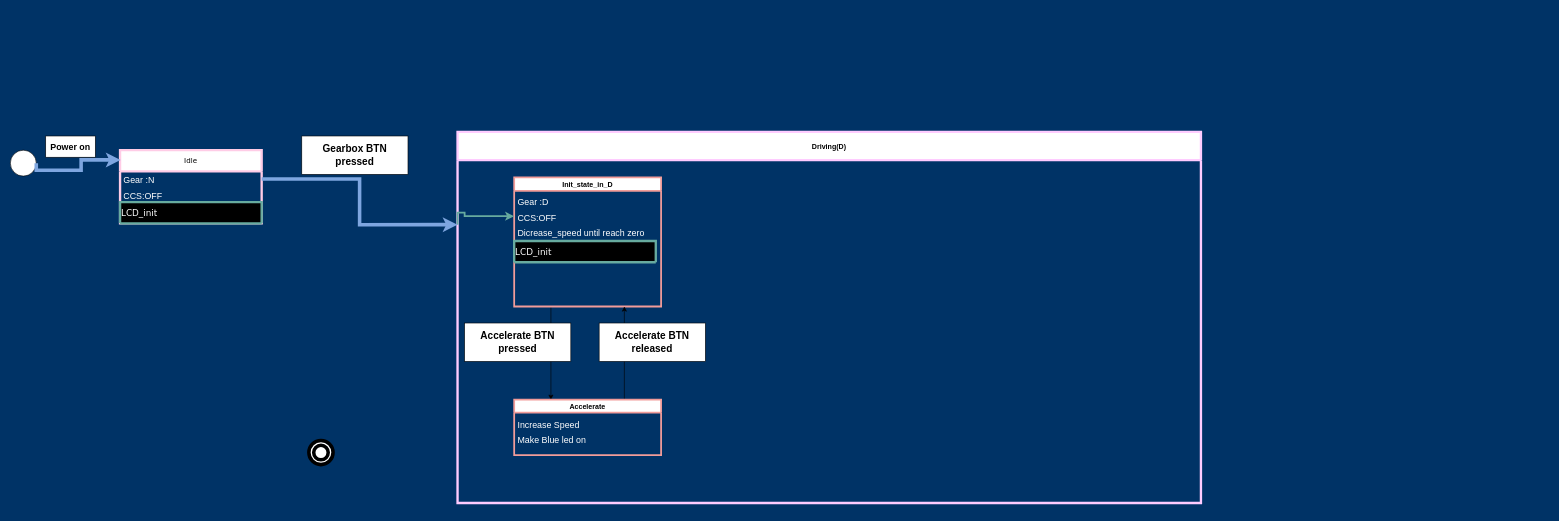
This is Car_system.drawio from HESHAM47GAMAL/Car_system, a draw.io file, before an edit. Source tidied: cells renumbered, new cells numbered last; positions are measured from the earlier drawing's top-left corner, leaving out a move shared by most shapes. Both pictures are drawn from the tidied source at 59%, with x=0, y=0 at pixel (10, 132).
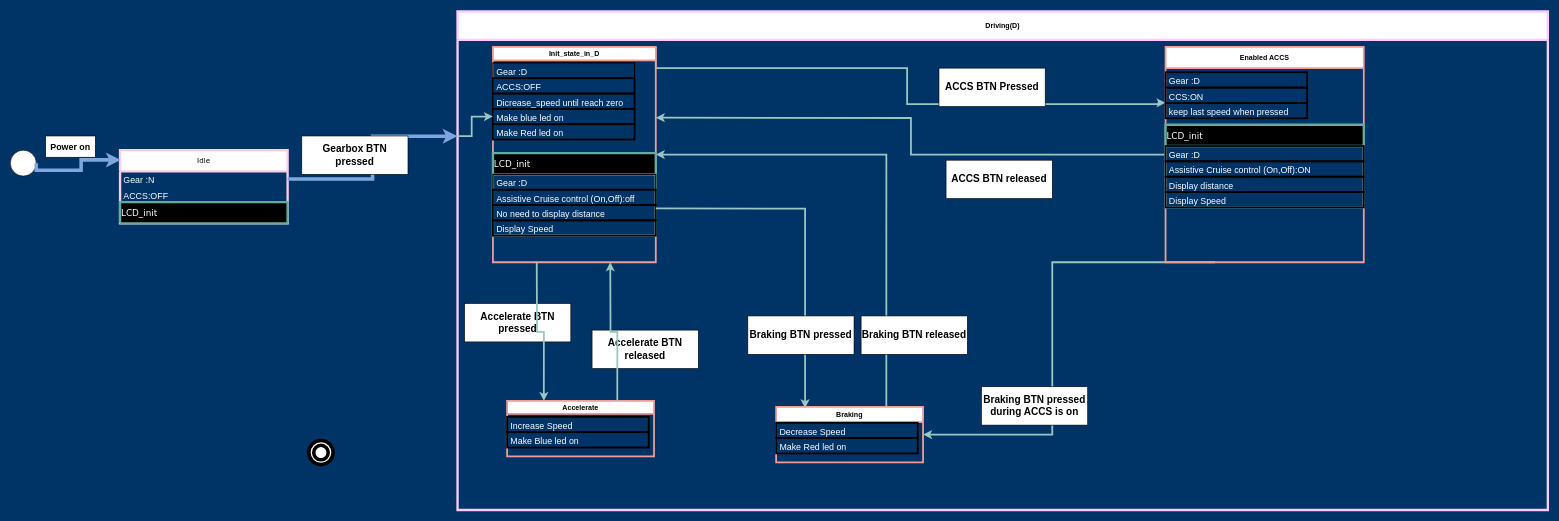
Above is the later version.

Commit message:
Work_in_Adaptive_cruise_control_Car_system.drawio

The edit, as a diff of the source:
```diff
@@
     <mxCell id="4" value="Idle" style="swimlane;fontStyle=0;horizontal=1;startSize=36;whiteSpace=wrap;html=1;fontFamily=Verdana;fontColor=default;rounded=0;gradientColor=none;swimlaneFillColor=none;strokeWidth=4;strokeColor=#FFCCE6;" parent="1" vertex="1">
-      <mxGeometry x="186" y="31" width="240" height="124" as="geometry" />
+      <mxGeometry x="186" y="31" width="284" height="124" as="geometry" />
     </mxCell>
     <mxCell id="5" value="&lt;font style=&quot;font-size: 15px;&quot; color=&quot;#ffffff&quot;&gt;Gear :N&lt;/font&gt;" style="text;strokeColor=none;fillColor=none;align=left;verticalAlign=top;spacingLeft=4;spacingRight=4;overflow=hidden;points=[[0,0.5],[1,0.5]];portConstraint=eastwest;whiteSpace=wrap;html=1;" parent="4" vertex="1">
-      <mxGeometry y="36" width="240" height="26" as="geometry" />
+      <mxGeometry y="36" width="284" height="26" as="geometry" />
     </mxCell>
-    <mxCell id="6" value="&lt;font style=&quot;font-size: 15px;&quot; color=&quot;#ffffff&quot;&gt;CCS:OFF&lt;/font&gt;" style="text;strokeColor=none;fillColor=none;align=left;verticalAlign=top;spacingLeft=4;spacingRight=4;overflow=hidden;whiteSpace=wrap;html=1;" parent="4" vertex="1">
-      <mxGeometry y="62" width="240" height="26" as="geometry" />
+    <mxCell id="6" value="&lt;font style=&quot;font-size: 15px;&quot; color=&quot;#ffffff&quot;&gt;ACCS:OFF&lt;/font&gt;" style="text;strokeColor=none;fillColor=none;align=left;verticalAlign=top;spacingLeft=4;spacingRight=4;overflow=hidden;whiteSpace=wrap;html=1;" parent="4" vertex="1">
+      <mxGeometry y="62" width="284" height="26" as="geometry" />
     </mxCell>
     <mxCell id="7" value="&lt;font style=&quot;font-size: 15px;&quot;&gt;LCD_init&lt;/font&gt;" style="swimlane;fontStyle=0;horizontal=1;startSize=36;whiteSpace=wrap;html=1;fontFamily=Verdana;fontColor=#FFFFFF;rounded=0;fillColor=#000000;align=left;strokeColor=#67AB9F;strokeWidth=4;" parent="4" vertex="1" collapsed="1">
-      <mxGeometry y="88" width="240" height="36" as="geometry" />
+      <mxGeometry y="88" width="284" height="36" as="geometry" />
     </mxCell>
@@
     <mxCell id="10" value="Driving(D)" style="swimlane;startSize=48;strokeWidth=4;strokeColor=#FFCCFF;" parent="1" vertex="1">
-      <mxGeometry x="758" width="1260" height="629" as="geometry" />
+      <mxGeometry x="758" y="-204" width="1848" height="845" as="geometry" />
     </mxCell>
-    <mxCell id="11" style="edgeStyle=orthogonalEdgeStyle;rounded=0;jettySize=auto;html=1;exitX=0.25;exitY=1;exitDx=0;exitDy=0;entryX=0.25;entryY=0;entryDx=0;entryDy=0;" parent="10" edge="1" source="12" target="19">
-      <mxGeometry relative="1" as="geometry" />
-    </mxCell>
-    <mxCell id="12" value="Init_state_in_D" style="swimlane;strokeWidth=3;strokeColor=#F19C99;" parent="10" vertex="1">
-      <mxGeometry x="96" y="77" width="249" height="219" as="geometry" />
-    </mxCell>
-    <mxCell id="13" value="&lt;font style=&quot;font-size: 15px;&quot; color=&quot;#ffffff&quot;&gt;Gear :D&lt;/font&gt;" style="text;strokeColor=none;fillColor=none;align=left;verticalAlign=top;spacingLeft=4;spacingRight=4;overflow=hidden;whiteSpace=wrap;html=1;" parent="12" vertex="1">
-      <mxGeometry y="27" width="240" height="26" as="geometry" />
-    </mxCell>
-    <mxCell id="14" value="&lt;font style=&quot;font-size: 15px;&quot; color=&quot;#ffffff&quot;&gt;CCS:OFF&lt;/font&gt;" style="text;strokeColor=none;fillColor=none;align=left;verticalAlign=top;spacingLeft=4;spacingRight=4;overflow=hidden;points=[[0,0.5,0,0,0],[1,0.5,0,0,0]];portConstraint=eastwest;whiteSpace=wrap;html=1;" parent="12" vertex="1">
-      <mxGeometry y="53" width="240" height="26" as="geometry" />
-    </mxCell>
-    <mxCell id="15" value="&lt;font style=&quot;font-size: 15px;&quot;&gt;LCD_init&lt;/font&gt;" style="swimlane;fontStyle=0;horizontal=1;startSize=36;whiteSpace=wrap;html=1;fontFamily=Verdana;fontColor=#FFFFFF;rounded=0;fillColor=#000000;align=left;strokeColor=#67AB9F;strokeWidth=4;" parent="12" vertex="1" collapsed="1">
-      <mxGeometry y="108" width="240" height="36" as="geometry" />
-    </mxCell>
-    <mxCell id="16" value="&lt;font style=&quot;font-size: 15px;&quot; color=&quot;#ffffff&quot;&gt;Dicrease_speed until reach zero&lt;/font&gt;" style="text;strokeColor=none;fillColor=none;align=left;verticalAlign=top;spacingLeft=4;spacingRight=4;overflow=hidden;whiteSpace=wrap;html=1;" parent="12" vertex="1">
-      <mxGeometry y="79" width="240" height="26" as="geometry" />
-    </mxCell>
-    <mxCell id="17" style="edgeStyle=orthogonalEdgeStyle;rounded=0;jettySize=auto;html=1;exitX=0;exitY=0.25;exitDx=0;exitDy=0;strokeWidth=3;strokeColor=#67AB9F;entryX=0;entryY=0.5;entryDx=0;entryDy=0;entryPerimeter=0;" parent="10" edge="1" source="10" target="14">
-      <mxGeometry relative="1" as="geometry">
-        <Array as="points">
-          <mxPoint y="137" />
-          <mxPoint x="12" y="137" />
-          <mxPoint x="12" y="143" />
-        </Array>
-      </mxGeometry>
-    </mxCell>
-    <mxCell id="18" style="edgeStyle=orthogonalEdgeStyle;rounded=0;jettySize=auto;html=1;exitX=0.75;exitY=0;exitDx=0;exitDy=0;entryX=0.75;entryY=1;entryDx=0;entryDy=0;" parent="10" edge="1" source="19" target="12">
-      <mxGeometry relative="1" as="geometry" />
-    </mxCell>
     <mxCell id="19" value="Accelerate" style="swimlane;strokeWidth=3;strokeColor=#F19C99;startSize=22;" parent="10" vertex="1">
-      <mxGeometry x="96" y="454" width="249" height="94" as="geometry" />
+      <mxGeometry x="84" y="660" width="249" height="94" as="geometry" />
     </mxCell>
-    <mxCell id="20" value="&lt;font style=&quot;font-size: 15px;&quot; color=&quot;#ffffff&quot;&gt;Increase Speed&lt;/font&gt;" style="text;strokeColor=none;fillColor=none;align=left;verticalAlign=top;spacingLeft=4;spacingRight=4;overflow=hidden;whiteSpace=wrap;html=1;" parent="19" vertex="1">
+    <mxCell id="20" value="&lt;font style=&quot;font-size: 15px;&quot; color=&quot;#ffffff&quot;&gt;Increase Speed&lt;/font&gt;" style="text;strokeColor=default;fillColor=none;align=left;verticalAlign=top;spacingLeft=4;spacingRight=4;overflow=hidden;whiteSpace=wrap;html=1;strokeWidth=3;" parent="19" vertex="1">
       <mxGeometry y="27" width="240" height="26" as="geometry" />
     </mxCell>
-    <mxCell id="21" value="&lt;font style=&quot;font-size: 15px;&quot; color=&quot;#ffffff&quot;&gt;Make Blue led on&amp;nbsp;&lt;/font&gt;" style="text;strokeColor=none;fillColor=none;align=left;verticalAlign=top;spacingLeft=4;spacingRight=4;overflow=hidden;whiteSpace=wrap;html=1;" parent="19" vertex="1">
+    <mxCell id="21" value="&lt;font style=&quot;font-size: 15px;&quot; color=&quot;#ffffff&quot;&gt;Make Blue led on&amp;nbsp;&lt;/font&gt;" style="text;strokeColor=default;fillColor=none;align=left;verticalAlign=top;spacingLeft=4;spacingRight=4;overflow=hidden;whiteSpace=wrap;html=1;strokeWidth=3;" parent="19" vertex="1">
       <mxGeometry y="53" width="240" height="26" as="geometry" />
     </mxCell>
     <mxCell id="22" value="&lt;b&gt;&lt;font style=&quot;font-size: 17px;&quot;&gt;Accelerate BTN pressed&lt;/font&gt;&lt;/b&gt;" style="rounded=0;whiteSpace=wrap;html=1;" parent="10" vertex="1">
-      <mxGeometry x="12" y="324" width="180" height="65" as="geometry" />
+      <mxGeometry x="12" y="495" width="180" height="65" as="geometry" />
     </mxCell>
     <mxCell id="23" value="&lt;b&gt;&lt;font style=&quot;font-size: 17px;&quot;&gt;Accelerate BTN released&lt;/font&gt;&lt;/b&gt;" style="rounded=0;whiteSpace=wrap;html=1;" parent="10" vertex="1">
-      <mxGeometry x="240" y="324" width="180" height="65" as="geometry" />
+      <mxGeometry x="228" y="540" width="180" height="65" as="geometry" />
     </mxCell>
+    <mxCell id="26" style="edgeStyle=orthogonalEdgeStyle;rounded=0;jettySize=auto;html=1;exitX=0.75;exitY=0;exitDx=0;exitDy=0;entryX=1;entryY=0.5;entryDx=0;entryDy=0;strokeWidth=3;strokeColor=#9AC7BF;" parent="10" edge="1" source="27" target="12">
+      <mxGeometry relative="1" as="geometry" />
+    </mxCell>
+    <mxCell id="27" value="Braking" style="swimlane;strokeWidth=3;strokeColor=#F19C99;startSize=26;" parent="10" vertex="1">
+      <mxGeometry x="540" y="670" width="249" height="94" as="geometry" />
+    </mxCell>
+    <mxCell id="28" value="&lt;font style=&quot;font-size: 15px;&quot; color=&quot;#ffffff&quot;&gt;Decrease Speed&lt;/font&gt;" style="text;strokeColor=default;fillColor=none;align=left;verticalAlign=top;spacingLeft=4;spacingRight=4;overflow=hidden;whiteSpace=wrap;html=1;strokeWidth=3;" parent="27" vertex="1">
+      <mxGeometry y="27" width="240" height="26" as="geometry" />
+    </mxCell>
+    <mxCell id="29" value="&lt;font style=&quot;font-size: 15px;&quot; color=&quot;#ffffff&quot;&gt;Make Red led on&amp;nbsp;&lt;/font&gt;" style="text;strokeColor=default;fillColor=none;align=left;verticalAlign=top;spacingLeft=4;spacingRight=4;overflow=hidden;whiteSpace=wrap;html=1;strokeWidth=3;" parent="27" vertex="1">
+      <mxGeometry y="53" width="240" height="26" as="geometry" />
+    </mxCell>
+    <mxCell id="30" style="edgeStyle=orthogonalEdgeStyle;rounded=0;jettySize=auto;html=1;exitX=1;exitY=0;exitDx=0;exitDy=0;strokeWidth=3;strokeColor=#9AC7BF;entryX=0;entryY=-0.01;entryDx=0;entryDy=0;entryPerimeter=0;" parent="10" edge="1" source="12" target="49">
+      <mxGeometry relative="1" as="geometry">
+        <Array as="points">
+          <mxPoint x="336" y="96" />
+          <mxPoint x="762" y="96" />
+          <mxPoint x="762" y="157" />
+          <mxPoint x="1188" y="157" />
+          <mxPoint x="1188" y="155" />
+        </Array>
+      </mxGeometry>
+    </mxCell>
+    <mxCell id="12" value="Init_state_in_D" style="swimlane;strokeWidth=3;strokeColor=#F19C99;" parent="10" vertex="1">
+      <mxGeometry x="60" y="60" width="276" height="365" as="geometry" />
+    </mxCell>
+    <mxCell id="13" value="&lt;font style=&quot;font-size: 15px;&quot; color=&quot;#ffffff&quot;&gt;Gear :D&lt;/font&gt;" style="text;strokeColor=default;fillColor=none;align=left;verticalAlign=top;spacingLeft=4;spacingRight=4;overflow=hidden;whiteSpace=wrap;html=1;strokeWidth=2;perimeterSpacing=13;" parent="12" vertex="1">
+      <mxGeometry y="27" width="240" height="26" as="geometry" />
+    </mxCell>
+    <mxCell id="14" value="&lt;font style=&quot;font-size: 15px;&quot; color=&quot;#ffffff&quot;&gt;ACCS:OFF&lt;/font&gt;" style="text;strokeColor=default;fillColor=none;align=left;verticalAlign=top;spacingLeft=4;spacingRight=4;overflow=hidden;points=[[0,0.5,0,0,0],[1,0.5,0,0,0]];portConstraint=eastwest;whiteSpace=wrap;html=1;strokeWidth=3;" parent="12" vertex="1">
+      <mxGeometry y="53" width="240" height="26" as="geometry" />
+    </mxCell>
+    <mxCell id="15" value="&lt;font style=&quot;font-size: 15px;&quot;&gt;LCD_init&lt;/font&gt;" style="swimlane;fontStyle=0;horizontal=1;startSize=36;whiteSpace=wrap;html=1;fontFamily=Verdana;fontColor=#FFFFFF;rounded=0;fillColor=#000000;align=left;strokeColor=#67AB9F;strokeWidth=4;" parent="12" vertex="1">
+      <mxGeometry y="180" width="276" height="140" as="geometry" />
+    </mxCell>
+    <mxCell id="31" value="&lt;font style=&quot;font-size: 15px;&quot; color=&quot;#ffffff&quot;&gt;Gear :D&lt;/font&gt;" style="text;strokeColor=default;fillColor=none;align=left;verticalAlign=top;spacingLeft=4;spacingRight=4;overflow=hidden;whiteSpace=wrap;html=1;strokeWidth=2;" parent="15" vertex="1">
+      <mxGeometry y="36" width="276" height="26" as="geometry" />
+    </mxCell>
+    <mxCell id="32" value="&lt;font color=&quot;#ffffff&quot;&gt;&lt;span style=&quot;font-size: 15px;&quot;&gt;Assistive Cruise control (On,Off):off&lt;/span&gt;&lt;/font&gt;" style="text;strokeColor=default;fillColor=none;align=left;verticalAlign=top;spacingLeft=4;spacingRight=4;overflow=hidden;whiteSpace=wrap;html=1;strokeWidth=3;" parent="15" vertex="1">
+      <mxGeometry y="62" width="276" height="26" as="geometry" />
+    </mxCell>
+    <mxCell id="33" value="&lt;font style=&quot;font-size: 15px;&quot; color=&quot;#ffffff&quot;&gt;No need to display distance&lt;/font&gt;" style="text;strokeColor=default;fillColor=none;align=left;verticalAlign=top;spacingLeft=4;spacingRight=4;overflow=hidden;whiteSpace=wrap;html=1;strokeWidth=3;" parent="15" vertex="1">
+      <mxGeometry y="88" width="276" height="26" as="geometry" />
+    </mxCell>
+    <mxCell id="34" value="&lt;font style=&quot;font-size: 15px;&quot; color=&quot;#ffffff&quot;&gt;Display Speed&lt;/font&gt;" style="text;strokeColor=default;fillColor=none;align=left;verticalAlign=top;spacingLeft=4;spacingRight=4;overflow=hidden;whiteSpace=wrap;html=1;strokeWidth=3;" parent="15" vertex="1">
+      <mxGeometry y="114" width="276" height="26" as="geometry" />
+    </mxCell>
+    <mxCell id="16" value="&lt;font style=&quot;font-size: 15px;&quot; color=&quot;#ffffff&quot;&gt;Dicrease_speed until reach zero&lt;/font&gt;" style="text;strokeColor=default;fillColor=none;align=left;verticalAlign=top;spacingLeft=4;spacingRight=4;overflow=hidden;whiteSpace=wrap;html=1;strokeWidth=3;" parent="12" vertex="1">
+      <mxGeometry y="79" width="240" height="26" as="geometry" />
+    </mxCell>
+    <mxCell id="35" value="&lt;font style=&quot;font-size: 15px;&quot; color=&quot;#ffffff&quot;&gt;Make blue led on&amp;nbsp;&lt;/font&gt;" style="text;strokeColor=default;fillColor=none;align=left;verticalAlign=top;spacingLeft=4;spacingRight=4;overflow=hidden;points=[[0,0.5,0,0,0],[1,0.5,0,0,0]];portConstraint=eastwest;whiteSpace=wrap;html=1;strokeWidth=3;" parent="12" vertex="1">
+      <mxGeometry y="105" width="240" height="26" as="geometry" />
+    </mxCell>
+    <mxCell id="36" value="&lt;font style=&quot;font-size: 15px;&quot; color=&quot;#ffffff&quot;&gt;Make Red led on&amp;nbsp;&lt;/font&gt;" style="text;strokeColor=default;fillColor=none;align=left;verticalAlign=top;spacingLeft=4;spacingRight=4;overflow=hidden;whiteSpace=wrap;html=1;strokeWidth=3;" parent="12" vertex="1">
+      <mxGeometry y="131" width="240" height="26" as="geometry" />
+    </mxCell>
+    <mxCell id="11" style="edgeStyle=orthogonalEdgeStyle;rounded=0;jettySize=auto;html=1;exitX=0.25;exitY=1;exitDx=0;exitDy=0;entryX=0.25;entryY=0;entryDx=0;entryDy=0;strokeWidth=3;strokeColor=#9AC7BF;" parent="10" edge="1" target="19">
+      <mxGeometry relative="1" as="geometry">
+        <mxPoint x="134.2" y="425" as="sourcePoint" />
+      </mxGeometry>
+    </mxCell>
+    <mxCell id="18" style="edgeStyle=orthogonalEdgeStyle;rounded=0;jettySize=auto;html=1;exitX=0.75;exitY=0;exitDx=0;exitDy=0;entryX=0.75;entryY=1;entryDx=0;entryDy=0;strokeWidth=3;strokeColor=#9AC7BF;" parent="10" edge="1" source="19">
+      <mxGeometry relative="1" as="geometry">
+        <mxPoint x="258.8" y="425" as="targetPoint" />
+      </mxGeometry>
+    </mxCell>
+    <mxCell id="37" value="&lt;b&gt;&lt;font style=&quot;font-size: 17px;&quot;&gt;Braking BTN released&lt;/font&gt;&lt;/b&gt;" style="rounded=0;whiteSpace=wrap;html=1;" parent="10" vertex="1">
+      <mxGeometry x="684" y="516" width="180" height="65" as="geometry" />
+    </mxCell>
+    <mxCell id="38" style="edgeStyle=elbowEdgeStyle;rounded=0;jettySize=auto;html=1;exitX=1;exitY=0.75;exitDx=0;exitDy=0;entryX=0.197;entryY=0.027;entryDx=0;entryDy=0;entryPerimeter=0;elbow=vertical;strokeWidth=3;strokeColor=#9AC7BF;" parent="10" edge="1" source="12" target="27">
+      <mxGeometry relative="1" as="geometry">
+        <Array as="points">
+          <mxPoint x="456" y="334" />
+        </Array>
+      </mxGeometry>
+    </mxCell>
+    <mxCell id="39" style="edgeStyle=orthogonalEdgeStyle;rounded=0;jettySize=auto;html=1;exitX=0;exitY=0.5;exitDx=0;exitDy=0;strokeWidth=3;strokeColor=#9AC7BF;" parent="10" edge="1" source="41">
+      <mxGeometry relative="1" as="geometry">
+        <mxPoint x="336" y="180" as="targetPoint" />
+      </mxGeometry>
+    </mxCell>
+    <mxCell id="40" style="edgeStyle=orthogonalEdgeStyle;rounded=0;jettySize=auto;html=1;exitX=0.25;exitY=1;exitDx=0;exitDy=0;entryX=1;entryY=0.5;entryDx=0;entryDy=0;strokeWidth=3;strokeColor=#9AC7BF;" parent="10" edge="1" source="41" target="27">
+      <mxGeometry relative="1" as="geometry">
+        <Array as="points">
+          <mxPoint x="1008" y="425" />
+          <mxPoint x="1008" y="717" />
+        </Array>
+      </mxGeometry>
+    </mxCell>
+    <mxCell id="41" value="Enabled ACCS" style="swimlane;strokeWidth=3;strokeColor=#F19C99;startSize=36;" parent="10" vertex="1">
+      <mxGeometry x="1200" y="60" width="336" height="365" as="geometry" />
+    </mxCell>
+    <mxCell id="42" value="&lt;font style=&quot;font-size: 15px;&quot; color=&quot;#ffffff&quot;&gt;Gear :D&lt;/font&gt;" style="text;strokeColor=default;fillColor=none;align=left;verticalAlign=top;spacingLeft=4;spacingRight=4;overflow=hidden;whiteSpace=wrap;html=1;strokeWidth=3;" parent="41" vertex="1">
+      <mxGeometry y="43" width="240" height="26" as="geometry" />
+    </mxCell>
+    <mxCell id="43" value="&lt;font style=&quot;font-size: 15px;&quot; color=&quot;#ffffff&quot;&gt;CCS:ON&lt;/font&gt;" style="text;strokeColor=default;fillColor=none;align=left;verticalAlign=top;spacingLeft=4;spacingRight=4;overflow=hidden;whiteSpace=wrap;html=1;strokeWidth=3;" parent="41" vertex="1">
+      <mxGeometry y="69" width="240" height="26" as="geometry" />
+    </mxCell>
+    <mxCell id="44" value="&lt;font style=&quot;font-size: 15px;&quot;&gt;LCD_init&lt;/font&gt;" style="swimlane;fontStyle=0;horizontal=1;startSize=36;whiteSpace=wrap;html=1;fontFamily=Verdana;fontColor=#FFFFFF;rounded=0;fillColor=#000000;align=left;strokeColor=#67AB9F;strokeWidth=4;" parent="41" vertex="1">
+      <mxGeometry y="132" width="336" height="140" as="geometry" />
+    </mxCell>
+    <mxCell id="45" value="&lt;font style=&quot;font-size: 15px;&quot; color=&quot;#ffffff&quot;&gt;Gear :D&lt;/font&gt;" style="text;strokeColor=default;fillColor=none;align=left;verticalAlign=top;spacingLeft=4;spacingRight=4;overflow=hidden;whiteSpace=wrap;html=1;strokeWidth=3;" parent="44" vertex="1">
+      <mxGeometry y="36" width="336" height="26" as="geometry" />
+    </mxCell>
+    <mxCell id="46" value="&lt;font color=&quot;#ffffff&quot;&gt;&lt;span style=&quot;font-size: 15px;&quot;&gt;Assistive Cruise control (On,Off):ON&lt;/span&gt;&lt;/font&gt;" style="text;strokeColor=default;fillColor=none;align=left;verticalAlign=top;spacingLeft=4;spacingRight=4;overflow=hidden;whiteSpace=wrap;html=1;strokeWidth=3;" parent="44" vertex="1">
+      <mxGeometry y="62" width="336" height="26" as="geometry" />
+    </mxCell>
+    <mxCell id="47" value="&lt;font style=&quot;font-size: 15px;&quot; color=&quot;#ffffff&quot;&gt;Display distance&lt;/font&gt;" style="text;strokeColor=default;fillColor=none;align=left;verticalAlign=top;spacingLeft=4;spacingRight=4;overflow=hidden;whiteSpace=wrap;html=1;strokeWidth=3;" parent="44" vertex="1">
+      <mxGeometry y="88" width="336" height="26" as="geometry" />
+    </mxCell>
+    <mxCell id="48" value="&lt;font style=&quot;font-size: 15px;&quot; color=&quot;#ffffff&quot;&gt;Display Speed&lt;/font&gt;" style="text;strokeColor=default;fillColor=none;align=left;verticalAlign=top;spacingLeft=4;spacingRight=4;overflow=hidden;whiteSpace=wrap;html=1;strokeWidth=3;" parent="44" vertex="1">
+      <mxGeometry y="114" width="336" height="26" as="geometry" />
+    </mxCell>
+    <mxCell id="49" value="&lt;font color=&quot;#ffffff&quot;&gt;&lt;span style=&quot;font-size: 15px;&quot;&gt;keep last speed when pressed&lt;/span&gt;&lt;/font&gt;" style="text;strokeColor=default;fillColor=none;align=left;verticalAlign=top;spacingLeft=4;spacingRight=4;overflow=hidden;points=[[0,0.5,0,0,0],[1,0.5,0,0,0]];portConstraint=eastwest;whiteSpace=wrap;html=1;strokeWidth=3;" parent="41" vertex="1">
+      <mxGeometry y="95" width="240" height="26" as="geometry" />
+    </mxCell>
+    <mxCell id="50" style="edgeStyle=orthogonalEdgeStyle;rounded=0;jettySize=auto;html=1;exitX=0;exitY=0.25;exitDx=0;exitDy=0;entryX=0;entryY=0.5;entryDx=0;entryDy=0;entryPerimeter=0;strokeWidth=3;strokeColor=#9AC7BF;" parent="10" edge="1" source="10" target="35">
+      <mxGeometry relative="1" as="geometry">
+        <Array as="points">
+          <mxPoint x="24" y="211" />
+          <mxPoint x="24" y="178" />
+        </Array>
+      </mxGeometry>
+    </mxCell>
+    <mxCell id="51" value="&lt;b&gt;&lt;font style=&quot;font-size: 17px;&quot;&gt;Braking BTN pressed&lt;/font&gt;&lt;/b&gt;" style="rounded=0;whiteSpace=wrap;html=1;" parent="10" vertex="1">
+      <mxGeometry x="492" y="516" width="180" height="65" as="geometry" />
+    </mxCell>
+    <mxCell id="52" value="&lt;b&gt;&lt;font style=&quot;font-size: 17px;&quot;&gt;ACCS BTN Pressed&lt;/font&gt;&lt;/b&gt;" style="rounded=0;whiteSpace=wrap;html=1;" parent="10" vertex="1">
+      <mxGeometry x="816" y="96" width="180" height="65" as="geometry" />
+    </mxCell>
+    <mxCell id="53" value="&lt;b&gt;&lt;font style=&quot;font-size: 17px;&quot;&gt;ACCS BTN&lt;/font&gt;&lt;/b&gt;&lt;b&gt;&lt;font style=&quot;font-size: 17px;&quot;&gt;&amp;nbsp;released&lt;/font&gt;&lt;/b&gt;" style="rounded=0;whiteSpace=wrap;html=1;" parent="10" vertex="1">
+      <mxGeometry x="828" y="252" width="180" height="65" as="geometry" />
+    </mxCell>
+    <mxCell id="54" value="&lt;b&gt;&lt;font style=&quot;font-size: 17px;&quot;&gt;Braking BTN pressed&lt;/font&gt;&lt;/b&gt;&lt;div&gt;&lt;b&gt;&lt;font style=&quot;font-size: 17px;&quot;&gt;during ACCS is on&lt;/font&gt;&lt;/b&gt;&lt;/div&gt;" style="rounded=0;whiteSpace=wrap;html=1;" parent="10" vertex="1">
+      <mxGeometry x="888" y="636" width="180" height="65" as="geometry" />
+    </mxCell>
```
